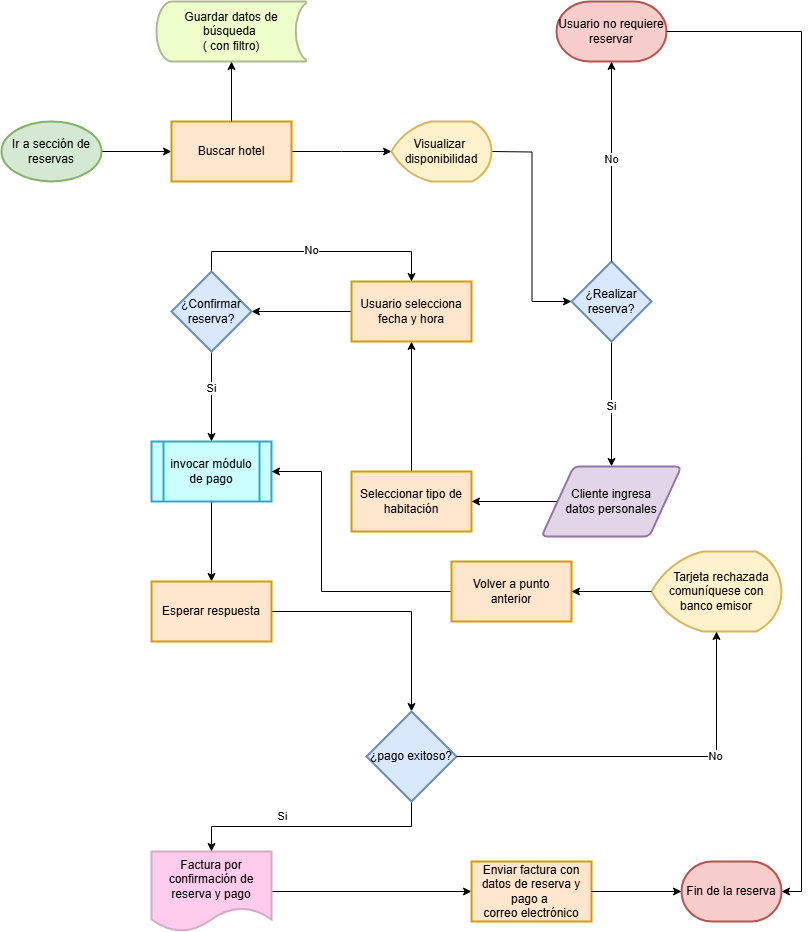
This is Flujograma de reserva de habitación.png from DjGuetta/App-Hotel-Management, a draw.io export, as it was before one commit. Source tidied: cells renumbered, new cells last; positions are measured from the earlier drawing's top-left corner, leaving out a move shared by most shapes.
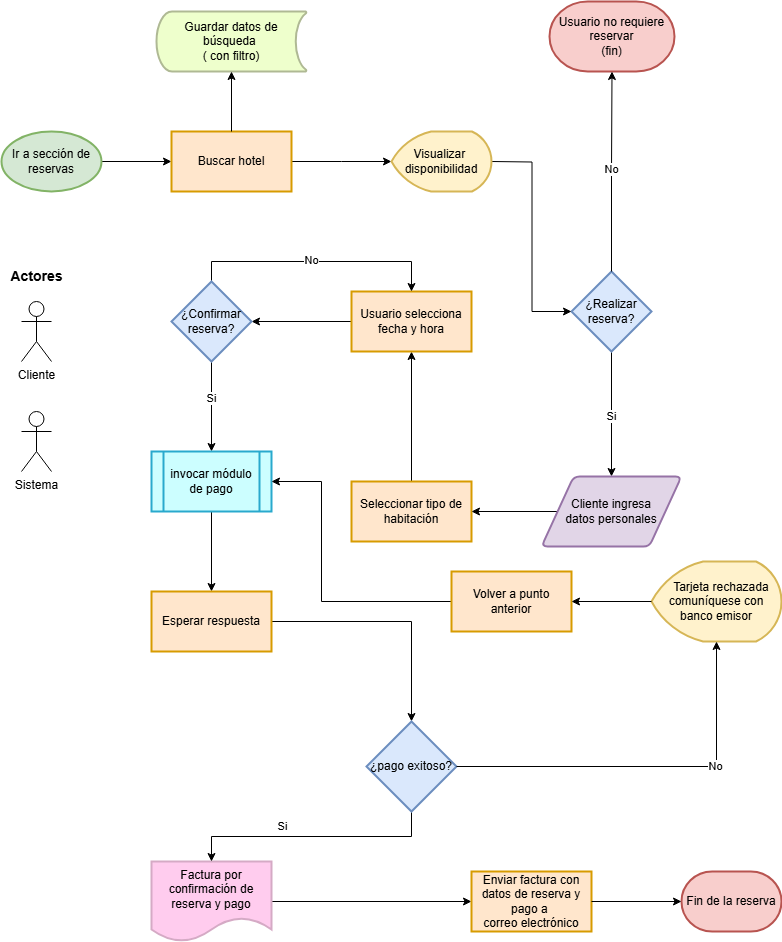
The same file after the commit.

Commit message:
Incluyendo actores principales

What changed in the source:
```diff
@@ -37,8 +37,8 @@
     <mxCell id="12" style="edgeStyle=orthogonalEdgeStyle;rounded=0;jettySize=auto;html=1;entryX=0.5;entryY=1;entryDx=0;entryDy=0;entryPerimeter=0;" parent="1" edge="1" source="5" target="11">
       <mxGeometry relative="1" as="geometry" />
     </mxCell>
-    <mxCell id="13" value="Usuario no requiere reservar" style="strokeWidth=2;html=1;shape=mxgraph.flowchart.terminator;whiteSpace=wrap;fillColor=#f8cecc;strokeColor=#b85450;" parent="1" vertex="1">
-      <mxGeometry x="555" width="110" height="60" as="geometry" />
+    <mxCell id="13" value="Usuario no requiere reservar&lt;div&gt;(fin)&lt;/div&gt;" style="strokeWidth=2;html=1;shape=mxgraph.flowchart.terminator;whiteSpace=wrap;fillColor=#f8cecc;strokeColor=#b85450;" parent="1" vertex="1">
+      <mxGeometry x="548" y="-10" width="125" height="70" as="geometry" />
     </mxCell>
     <mxCell id="14" style="edgeStyle=orthogonalEdgeStyle;rounded=0;jettySize=auto;html=1;" parent="1" edge="1" source="15" target="21">
       <mxGeometry relative="1" as="geometry" />
@@ -97,9 +97,6 @@
     <mxCell id="29" value="Visualizar&amp;nbsp;&lt;div&gt;disponibilidad&lt;/div&gt;" style="strokeWidth=2;html=1;shape=mxgraph.flowchart.display;whiteSpace=wrap;fillColor=#fff2cc;strokeColor=#d6b656;" parent="1" vertex="1">
       <mxGeometry x="390" y="120" width="100" height="60" as="geometry" />
     </mxCell>
-    <mxCell id="30" style="edgeStyle=orthogonalEdgeStyle;rounded=0;jettySize=auto;html=1;exitX=1;exitY=0.5;exitDx=0;exitDy=0;exitPerimeter=0;entryX=1;entryY=0.5;entryDx=0;entryDy=0;entryPerimeter=0;" parent="1" edge="1" source="13" target="24">
-      <mxGeometry relative="1" as="geometry" />
-    </mxCell>
     <mxCell id="31" style="edgeStyle=orthogonalEdgeStyle;rounded=0;jettySize=auto;html=1;" parent="1" edge="1" source="32" target="35">
       <mxGeometry relative="1" as="geometry">
         <Array as="points">
@@ -156,5 +153,14 @@
     <mxCell id="45" style="edgeStyle=orthogonalEdgeStyle;rounded=0;jettySize=auto;html=1;exitX=0;exitY=0.5;exitDx=0;exitDy=0;exitPerimeter=0;entryX=1;entryY=0.5;entryDx=0;entryDy=0;" parent="1" edge="1" source="40" target="44">
       <mxGeometry relative="1" as="geometry" />
     </mxCell>
+    <mxCell id="46" value="Cliente" style="shape=umlActor;verticalLabelPosition=bottom;verticalAlign=top;html=1;" parent="1" vertex="1">
+      <mxGeometry x="20" y="290" width="30" height="60" as="geometry" />
+    </mxCell>
+    <mxCell id="47" value="Sistema" style="shape=umlActor;verticalLabelPosition=bottom;verticalAlign=top;html=1;" parent="1" vertex="1">
+      <mxGeometry x="20" y="400" width="30" height="60" as="geometry" />
+    </mxCell>
+    <mxCell id="48" value="Actores" style="text;html=1;align=center;verticalAlign=middle;strokeColor=none;fillColor=none;fontStyle=1;fontSize=14;" parent="1" vertex="1">
+      <mxGeometry y="250" width="70" height="30" as="geometry" />
+    </mxCell>
   </root>
 </mxGraphModel>
```
